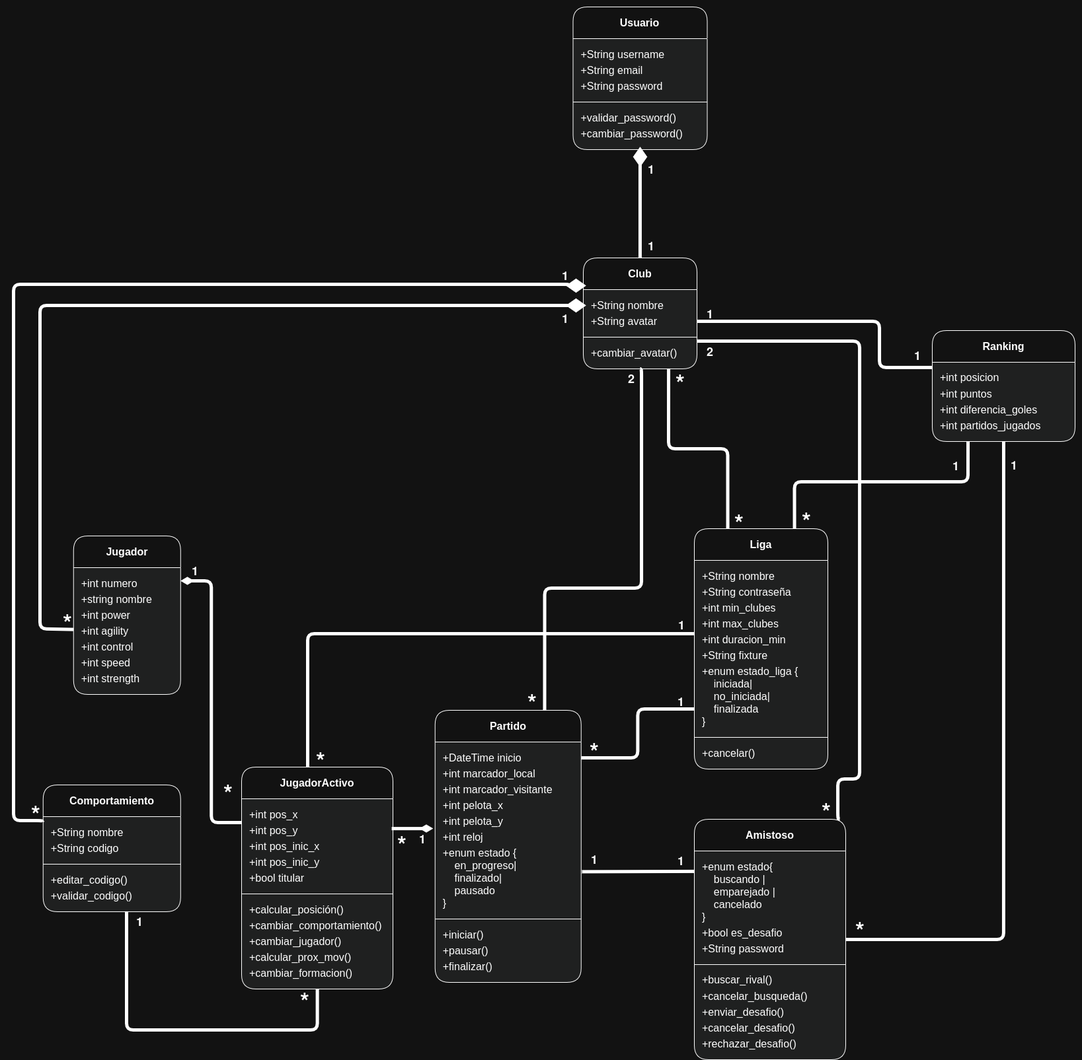
is-2026/fut-bot keeps this draw.io diagram as docs/Diagrama-de-clases.png. Above is the earlier version. Source tidied: cells renumbered, new cells last; positions are measured from the earlier drawing's top-left corner, leaving out a move shared by most shapes.
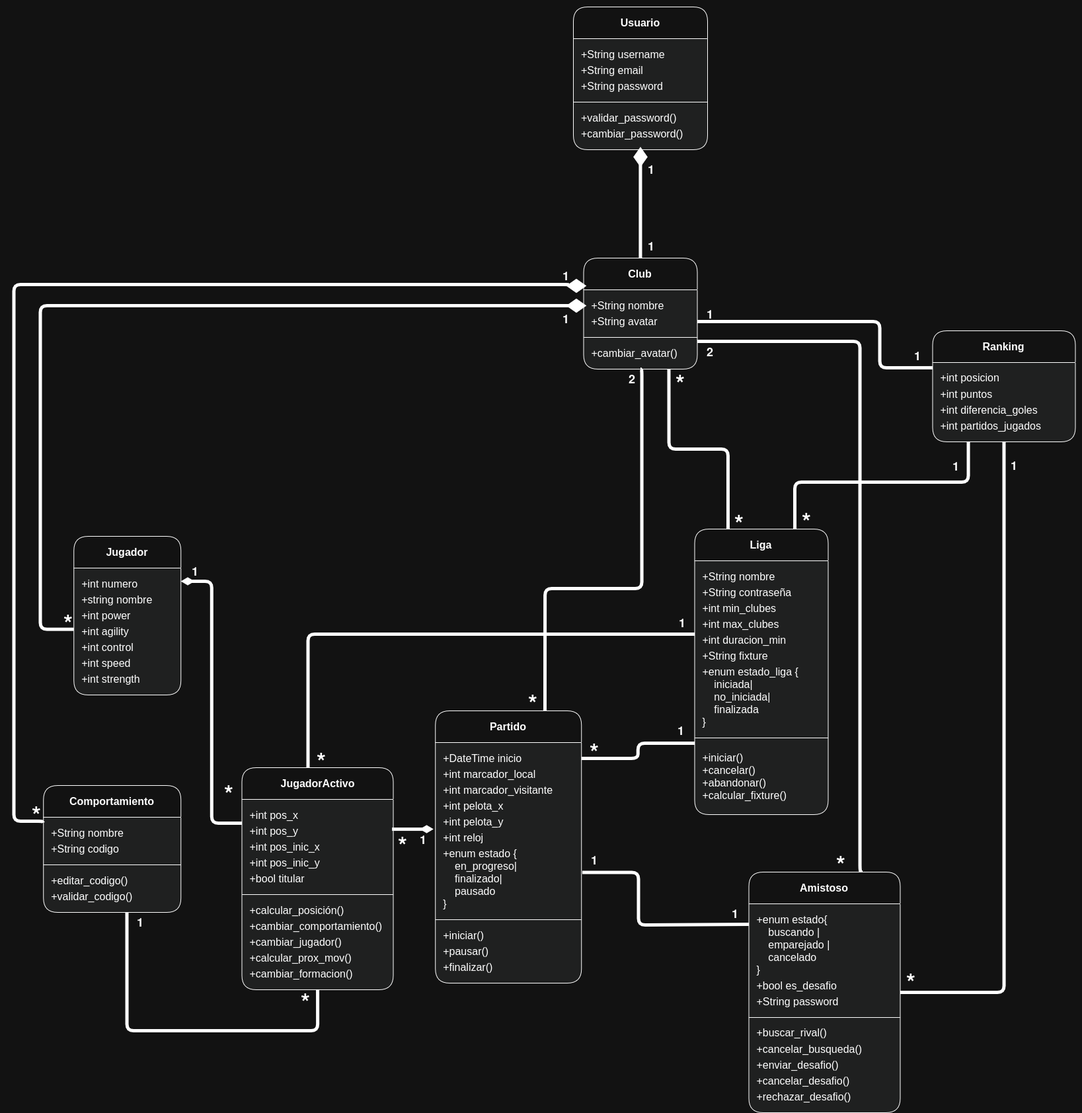
The same file after the commit.

Commit message:
fix: añado metodos a clase liga

The edit, as a diff of the source:
```diff
@@ -84,7 +84,7 @@
       <mxGeometry y="156" width="208" height="24" as="geometry" />
     </mxCell>
     <mxCell id="29" value="&lt;b&gt;Liga&lt;/b&gt;" style="swimlane;html=1;fontStyle=1;fontSize=16;align=center;verticalAlign=middle;horizontal=1;startSize=48;swimlaneFillColor=light-dark(#ECECFF,#1f2020);whiteSpace=wrap;fontFamily=Trebuchet MS,Verdana,Arial,sans-serif;labelBackgroundColor=none;rounded=1;" parent="2" vertex="1">
-      <mxGeometry x="654.9" y="-79" width="202" height="364" as="geometry" />
+      <mxGeometry x="654.9" y="-79" width="202" height="432" as="geometry" />
     </mxCell>
     <mxCell id="30" value="+String nombre" style="text;fontSize=16;align=left;verticalAlign=middle;spacingLeft=10;spacingRight=12;spacingBottom=2;overflow=hidden;fontFamily=Trebuchet MS,Verdana,Arial,sans-serif;labelBackgroundColor=none;rounded=1;" parent="29" vertex="1">
       <mxGeometry y="60" width="202" height="24" as="geometry" />
@@ -110,9 +110,9 @@
     <mxCell id="37" style="line;strokeWidth=1;spacingLeft=3;spacingRight=3;labelBackgroundColor=none;rounded=1;" parent="29" vertex="1">
       <mxGeometry y="304" width="202" height="24" as="geometry" />
     </mxCell>
-    <mxCell id="38" value="+cancelar()" style="text;fontSize=16;align=left;verticalAlign=middle;spacingLeft=10;spacingRight=12;spacingBottom=2;overflow=hidden;fontFamily=Trebuchet MS,Verdana,Arial,sans-serif;labelBackgroundColor=none;rounded=1;" parent="29" vertex="1">
-      <mxGeometry y="328" width="202" height="24" as="geometry" />
-    </mxCell>
+    <mxCell id="126" value="+iniciar()&#10;+cancelar()&#10;+abandonar()&#10;+calcular_fixture()" style="text;fontSize=16;align=left;verticalAlign=middle;spacingLeft=10;spacingRight=12;spacingBottom=2;overflow=hidden;fontFamily=Trebuchet MS,Verdana,Arial,sans-serif;labelBackgroundColor=none;rounded=1;" parent="29" vertex="1">
+      <mxGeometry y="328" width="202" height="92" as="geometry" />
+    </mxCell>
     <mxCell id="39" value="&lt;b&gt;Ranking&lt;/b&gt;" style="swimlane;html=1;fontStyle=1;fontSize=16;align=center;verticalAlign=middle;horizontal=1;startSize=48;swimlaneFillColor=light-dark(#ECECFF,#1f2020);whiteSpace=wrap;fontFamily=Trebuchet MS,Verdana,Arial,sans-serif;labelBackgroundColor=none;rounded=1;" parent="2" vertex="1">
       <mxGeometry x="1014.9" y="-379" width="216" height="168" as="geometry" />
     </mxCell>
@@ -154,16 +154,14 @@
         </Array>
       </mxGeometry>
     </mxCell>
-    <mxCell id="49" style="startArrow=none;endArrow=none;exitX=1;exitY=1;entryX=1;entryY=0.75;rounded=1;edgeStyle=orthogonalEdgeStyle;strokeWidth=5;exitDx=0;exitDy=0;entryDx=0;entryDy=0;labelBackgroundColor=none;fontColor=default;" parent="2" edge="1" source="59" target="10">
-      <mxGeometry relative="1" as="geometry">
-        <Array as="points">
-          <mxPoint x="872" y="361" />
-          <mxPoint x="872" y="300" />
-          <mxPoint x="905" y="300" />
-          <mxPoint x="905" y="-363" />
-        </Array>
-      </mxGeometry>
-    </mxCell>
+    <mxCell id="127" style="startArrow=none;endArrow=none;exitX=0.75;exitY=0;entryX=1;entryY=0.75;rounded=1;edgeStyle=orthogonalEdgeStyle;strokeWidth=5;exitDx=0;exitDy=0;entryDx=0;entryDy=0;labelBackgroundColor=none;fontColor=default;" parent="2" edge="1" source="83" target="10">
+      <mxGeometry relative="1" as="geometry">
+        <Array as="points">
+          <mxPoint x="905" y="440" />
+          <mxPoint x="905" y="-362.9" />
+        </Array>
+      </mxGeometry>
+    </mxCell>
     <mxCell id="50" style="startArrow=none;endArrow=none;exitX=0.5;exitY=1;entryX=1;entryY=0.5;rounded=1;exitDx=0;exitDy=0;entryDx=0;entryDy=0;edgeStyle=orthogonalEdgeStyle;strokeWidth=5;labelBackgroundColor=none;fontColor=default;" parent="2" edge="1" source="39" target="83">
       <mxGeometry relative="1" as="geometry" />
     </mxCell>
@@ -201,15 +199,15 @@
     <mxCell id="58" value="&lt;font style=&quot;font-size: 36px;&quot;&gt;&lt;b&gt;&lt;font&gt;*&lt;/font&gt;&lt;/b&gt;&lt;/font&gt;" style="text;html=1;whiteSpace=wrap;align=center;verticalAlign=middle;rounded=1;labelBackgroundColor=none;" parent="2" vertex="1">
       <mxGeometry x="805" y="-103" width="40" height="24" as="geometry" />
     </mxCell>
-    <mxCell id="59" value="&lt;font style=&quot;font-size: 36px;&quot;&gt;&lt;b&gt;&lt;font&gt;*&lt;/font&gt;&lt;/b&gt;&lt;/font&gt;" style="text;html=1;whiteSpace=wrap;align=center;verticalAlign=middle;rounded=1;labelBackgroundColor=none;" parent="2" vertex="1">
-      <mxGeometry x="835" y="337" width="40" height="24" as="geometry" />
-    </mxCell>
+    <mxCell id="128" value="&lt;font style=&quot;font-size: 36px;&quot;&gt;&lt;b&gt;&lt;font&gt;*&lt;/font&gt;&lt;/b&gt;&lt;/font&gt;" style="text;html=1;whiteSpace=wrap;align=center;verticalAlign=middle;rounded=1;labelBackgroundColor=none;" parent="2" vertex="1">
+      <mxGeometry x="856.9" y="416" width="40" height="24" as="geometry" />
+    </mxCell>
     <mxCell id="60" value="&lt;font style=&quot;font-size: 18px;&quot;&gt;&lt;b&gt;&lt;font&gt;2&lt;/font&gt;&lt;/b&gt;&lt;/font&gt;" style="text;html=1;whiteSpace=wrap;align=center;verticalAlign=middle;rounded=1;labelBackgroundColor=none;" parent="2" vertex="1">
       <mxGeometry x="658.9" y="-360" width="40" height="24" as="geometry" />
     </mxCell>
-    <mxCell id="61" value="&lt;font style=&quot;font-size: 18px;&quot;&gt;&lt;b&gt;1&lt;/b&gt;&lt;/font&gt;" style="text;html=1;whiteSpace=wrap;align=center;verticalAlign=middle;rounded=1;labelBackgroundColor=none;" parent="2" vertex="1">
-      <mxGeometry x="614.9" y="170" width="40" height="24" as="geometry" />
-    </mxCell>
+    <mxCell id="129" value="&lt;font style=&quot;font-size: 18px;&quot;&gt;&lt;b&gt;1&lt;/b&gt;&lt;/font&gt;" style="text;html=1;whiteSpace=wrap;align=center;verticalAlign=middle;rounded=1;labelBackgroundColor=none;" parent="2" vertex="1">
+      <mxGeometry x="614.9" y="213" width="40" height="24" as="geometry" />
+    </mxCell>
     <mxCell id="62" value="&lt;font style=&quot;font-size: 36px;&quot;&gt;&lt;b&gt;&lt;font&gt;*&lt;/font&gt;&lt;/b&gt;&lt;/font&gt;" style="text;html=1;whiteSpace=wrap;align=center;verticalAlign=middle;rounded=1;labelBackgroundColor=none;" parent="2" vertex="1">
       <mxGeometry x="483.7" y="246" width="40" height="24" as="geometry" />
     </mxCell>
@@ -258,26 +256,31 @@
     <mxCell id="77" value="+cambiar_formacion()" style="text;fontSize=16;align=left;verticalAlign=middle;spacingLeft=10;spacingRight=12;spacingBottom=2;overflow=hidden;fontFamily=Trebuchet MS,Verdana,Arial,sans-serif;labelBackgroundColor=none;rounded=1;" parent="66" vertex="1">
       <mxGeometry y="300" width="229" height="24" as="geometry" />
     </mxCell>
-    <mxCell id="78" style="endArrow=none;html=1;rounded=1;exitX=1;exitY=0.5;exitDx=0;exitDy=0;strokeWidth=5;edgeStyle=orthogonalEdgeStyle;startArrow=diamondThin;startFill=1;entryX=0;entryY=0.25;entryDx=0;entryDy=0;labelBackgroundColor=none;fontColor=default;" parent="2" edge="1" target="66">
-      <mxGeometry relative="1" as="geometry">
-        <mxPoint x="-122.4" as="sourcePoint" />
-      </mxGeometry>
-    </mxCell>
-    <mxCell id="79" style="endArrow=diamondThin;html=1;rounded=1;strokeWidth=5;endFill=1;exitX=0.992;exitY=0.379;exitDx=0;exitDy=0;exitPerimeter=0;labelBackgroundColor=none;fontColor=default;" parent="2" edge="1" source="68">
-      <mxGeometry relative="1" as="geometry">
-        <mxPoint x="260" y="375.1" as="targetPoint" />
-      </mxGeometry>
-    </mxCell>
+    <mxCell id="130" style="endArrow=none;html=1;rounded=1;exitX=1;exitY=0.5;exitDx=0;exitDy=0;strokeWidth=5;edgeStyle=orthogonalEdgeStyle;startArrow=diamondThin;startFill=1;entryX=0;entryY=0.25;entryDx=0;entryDy=0;labelBackgroundColor=none;fontColor=default;" parent="2" edge="1" target="66">
+      <mxGeometry relative="1" as="geometry">
+        <mxPoint x="-122.4" as="sourcePoint" />
+      </mxGeometry>
+    </mxCell>
+    <mxCell id="131" style="endArrow=diamondThin;html=1;rounded=1;strokeWidth=5;endFill=1;exitX=0.992;exitY=0.379;exitDx=0;exitDy=0;exitPerimeter=0;labelBackgroundColor=none;fontColor=default;" parent="2" edge="1" source="68">
+      <mxGeometry relative="1" as="geometry">
+        <mxPoint x="260" y="375.1" as="targetPoint" />
+      </mxGeometry>
+    </mxCell>
     <mxCell id="80" value="&lt;font style=&quot;font-size: 18px;&quot;&gt;&lt;b&gt;1&lt;/b&gt;&lt;/font&gt;" style="text;html=1;whiteSpace=wrap;align=center;verticalAlign=middle;rounded=1;labelBackgroundColor=none;" parent="2" vertex="1">
       <mxGeometry x="224" y="378" width="40" height="24" as="geometry" />
     </mxCell>
     <mxCell id="81" style="endArrow=none;html=1;rounded=1;exitX=1.006;exitY=0.404;exitDx=0;exitDy=0;exitPerimeter=0;strokeWidth=5;entryX=0.003;entryY=0.189;entryDx=0;entryDy=0;entryPerimeter=0;labelBackgroundColor=none;fontColor=default;" parent="2" edge="1" source="102" target="84">
-      <mxGeometry relative="1" as="geometry" />
+      <mxGeometry relative="1" as="geometry">
+        <Array as="points">
+          <mxPoint x="570" y="440.4" />
+          <mxPoint x="570" y="520" />
+        </Array>
+      </mxGeometry>
     </mxCell>
-    <mxCell id="82" style="group;labelBackgroundColor=none;rounded=1;" parent="2" vertex="1">
-      <mxGeometry x="614.9" y="361" width="269" height="120" as="geometry" />
-    </mxCell>
+    <mxCell id="132" style="group;labelBackgroundColor=none;rounded=1;" parent="2" vertex="1">
+      <mxGeometry x="696.9" y="440" width="269" height="120" as="geometry" />
+    </mxCell>
-    <mxCell id="83" value="&lt;b&gt;Amistoso&lt;/b&gt;" style="swimlane;html=1;fontStyle=1;fontSize=16;align=center;verticalAlign=middle;horizontal=1;startSize=48;swimlaneFillColor=light-dark(#ECECFF,#1f2020);whiteSpace=wrap;fontFamily=Trebuchet MS,Verdana,Arial,sans-serif;labelBackgroundColor=none;rounded=1;" parent="82" vertex="1">
+    <mxCell id="83" value="&lt;b&gt;Amistoso&lt;/b&gt;" style="swimlane;html=1;fontStyle=1;fontSize=16;align=center;verticalAlign=middle;horizontal=1;startSize=48;swimlaneFillColor=light-dark(#ECECFF,#1f2020);whiteSpace=wrap;fontFamily=Trebuchet MS,Verdana,Arial,sans-serif;labelBackgroundColor=none;rounded=1;" parent="132" vertex="1">
       <mxGeometry x="40" width="229" height="364" as="geometry" />
     </mxCell>
     <mxCell id="84" value="+enum estado{&#10;    buscando |&#10;    emparejado |&#10;    cancelado&#10;}" style="text;fontSize=16;align=left;verticalAlign=middle;spacingLeft=10;spacingRight=12;spacingBottom=2;overflow=hidden;points=[[0,0.5],[1,0.5]];portConstraint=eastwest;fontFamily=Trebuchet MS,Verdana,Arial,sans-serif;labelBackgroundColor=none;rounded=1;" parent="83" vertex="1">
@@ -307,7 +310,7 @@
     <mxCell id="92" value="+rechazar_desafio()" style="text;fontSize=16;align=left;verticalAlign=middle;spacingLeft=10;spacingRight=12;spacingBottom=2;overflow=hidden;fontFamily=Trebuchet MS,Verdana,Arial,sans-serif;labelBackgroundColor=none;rounded=1;" parent="83" vertex="1">
       <mxGeometry y="328" width="229" height="24" as="geometry" />
     </mxCell>
-    <mxCell id="93" value="&lt;font style=&quot;font-size: 18px;&quot;&gt;&lt;b&gt;1&lt;/b&gt;&lt;/font&gt;" style="text;html=1;whiteSpace=wrap;align=center;verticalAlign=middle;rounded=1;labelBackgroundColor=none;" parent="82" vertex="1">
+    <mxCell id="93" value="&lt;font style=&quot;font-size: 18px;&quot;&gt;&lt;b&gt;1&lt;/b&gt;&lt;/font&gt;" style="text;html=1;whiteSpace=wrap;align=center;verticalAlign=middle;rounded=1;labelBackgroundColor=none;" parent="132" vertex="1">
       <mxGeometry y="50" width="40" height="24" as="geometry" />
     </mxCell>
     <mxCell id="94" style="group;labelBackgroundColor=none;rounded=1;" parent="2" vertex="1">
@@ -355,15 +358,15 @@
     <mxCell id="108" value="&lt;font style=&quot;font-size: 18px;&quot;&gt;&lt;b&gt;&lt;font&gt;2&lt;/font&gt;&lt;/b&gt;&lt;/font&gt;" style="text;html=1;whiteSpace=wrap;align=center;verticalAlign=middle;rounded=1;labelBackgroundColor=none;" parent="2" vertex="1">
       <mxGeometry x="540" y="-319" width="40" height="24" as="geometry" />
     </mxCell>
-    <mxCell id="109" style="endArrow=none;html=1;rounded=1;edgeStyle=orthogonalEdgeStyle;strokeWidth=5;exitX=0.5;exitY=1;exitDx=0;exitDy=0;labelBackgroundColor=none;fontColor=default;" parent="2" edge="1" source="66">
-      <mxGeometry relative="1" as="geometry">
-        <mxPoint x="-204.1" y="501" as="targetPoint" />
-        <Array as="points">
-          <mxPoint x="84.5" y="680" />
-          <mxPoint x="-204.1" y="680" />
-        </Array>
-      </mxGeometry>
-    </mxCell>
+    <mxCell id="133" style="endArrow=none;html=1;rounded=1;edgeStyle=orthogonalEdgeStyle;strokeWidth=5;exitX=0.5;exitY=1;exitDx=0;exitDy=0;labelBackgroundColor=none;fontColor=default;" parent="2" edge="1" source="66">
+      <mxGeometry relative="1" as="geometry">
+        <mxPoint x="-204.1" y="501" as="targetPoint" />
+        <Array as="points">
+          <mxPoint x="84.5" y="680" />
+          <mxPoint x="-204.1" y="680" />
+        </Array>
+      </mxGeometry>
+    </mxCell>
     <mxCell id="110" value="&lt;font style=&quot;font-size: 18px;&quot;&gt;&lt;b&gt;1&lt;/b&gt;&lt;/font&gt;" style="text;html=1;whiteSpace=wrap;align=center;verticalAlign=middle;rounded=1;labelBackgroundColor=none;" parent="2" vertex="1">
       <mxGeometry x="-204" y="503" width="40" height="24" as="geometry" />
     </mxCell>
@@ -373,17 +376,17 @@
     <mxCell id="112" value="&lt;div&gt;&lt;b&gt;&lt;font style=&quot;font-size: 18px;&quot;&gt;1&lt;/font&gt;&lt;/b&gt;&lt;/div&gt;" style="text;html=1;whiteSpace=wrap;align=center;verticalAlign=middle;rounded=1;labelBackgroundColor=none;" parent="2" vertex="1">
       <mxGeometry x="-120.4" y="-28" width="40" height="24" as="geometry" />
     </mxCell>
-    <mxCell id="113" style="startArrow=none;endArrow=none;entryX=1;entryY=0.5;rounded=1;entryDx=0;entryDy=0;edgeStyle=orthogonalEdgeStyle;strokeWidth=5;labelBackgroundColor=none;fontColor=default;" parent="2" edge="1" source="34">
-      <mxGeometry relative="1" as="geometry">
-        <mxPoint x="70" y="282" as="targetPoint" />
-        <Array as="points">
-          <mxPoint x="70" y="80" />
-        </Array>
-      </mxGeometry>
-    </mxCell>
-    <mxCell id="114" value="&lt;font style=&quot;font-size: 36px;&quot;&gt;&lt;b&gt;&lt;font&gt;*&lt;/font&gt;&lt;/b&gt;&lt;/font&gt;" style="text;html=1;whiteSpace=wrap;align=center;verticalAlign=middle;rounded=1;labelBackgroundColor=none;" parent="2" vertex="1">
-      <mxGeometry x="886" y="517" width="40" height="24" as="geometry" />
-    </mxCell>
+    <mxCell id="134" style="startArrow=none;endArrow=none;entryX=1;entryY=0.5;rounded=1;entryDx=0;entryDy=0;edgeStyle=orthogonalEdgeStyle;strokeWidth=5;labelBackgroundColor=none;fontColor=default;" parent="2" edge="1" source="34">
+      <mxGeometry relative="1" as="geometry">
+        <mxPoint x="70" y="282" as="targetPoint" />
+        <Array as="points">
+          <mxPoint x="70" y="80" />
+        </Array>
+      </mxGeometry>
+    </mxCell>
+    <mxCell id="135" value="&lt;font style=&quot;font-size: 36px;&quot;&gt;&lt;b&gt;&lt;font&gt;*&lt;/font&gt;&lt;/b&gt;&lt;/font&gt;" style="text;html=1;whiteSpace=wrap;align=center;verticalAlign=middle;rounded=1;labelBackgroundColor=none;" parent="2" vertex="1">
+      <mxGeometry x="962.9" y="594" width="40" height="24" as="geometry" />
+    </mxCell>
     <mxCell id="115" value="&lt;font style=&quot;font-size: 36px;&quot;&gt;&lt;b&gt;&lt;font&gt;*&lt;/font&gt;&lt;/b&gt;&lt;/font&gt;" style="text;html=1;whiteSpace=wrap;align=center;verticalAlign=middle;rounded=1;labelBackgroundColor=none;" parent="2" vertex="1">
       <mxGeometry x="-70" y="309" width="40" height="24" as="geometry" />
     </mxCell>
@@ -419,9 +422,9 @@
         </Array>
       </mxGeometry>
     </mxCell>
-    <mxCell id="124" value="&lt;font style=&quot;font-size: 18px;&quot;&gt;&lt;b&gt;1&lt;/b&gt;&lt;/font&gt;" style="text;html=1;whiteSpace=wrap;align=center;verticalAlign=middle;rounded=1;labelBackgroundColor=none;" parent="1" vertex="1">
-      <mxGeometry x="991" y="923" width="40" height="24" as="geometry" />
-    </mxCell>
+    <mxCell id="136" value="&lt;font style=&quot;font-size: 18px;&quot;&gt;&lt;b&gt;1&lt;/b&gt;&lt;/font&gt;" style="text;html=1;whiteSpace=wrap;align=center;verticalAlign=middle;rounded=1;labelBackgroundColor=none;" parent="1" vertex="1">
+      <mxGeometry x="991" y="919" width="40" height="24" as="geometry" />
+    </mxCell>
     <mxCell id="125" value="&lt;font style=&quot;font-size: 36px;&quot;&gt;&lt;b&gt;&lt;font&gt;*&lt;/font&gt;&lt;/b&gt;&lt;/font&gt;" style="text;html=1;whiteSpace=wrap;align=center;verticalAlign=middle;rounded=1;labelBackgroundColor=none;" parent="1" vertex="1">
       <mxGeometry x="445" y="1129" width="40" height="24" as="geometry" />
     </mxCell>
```
